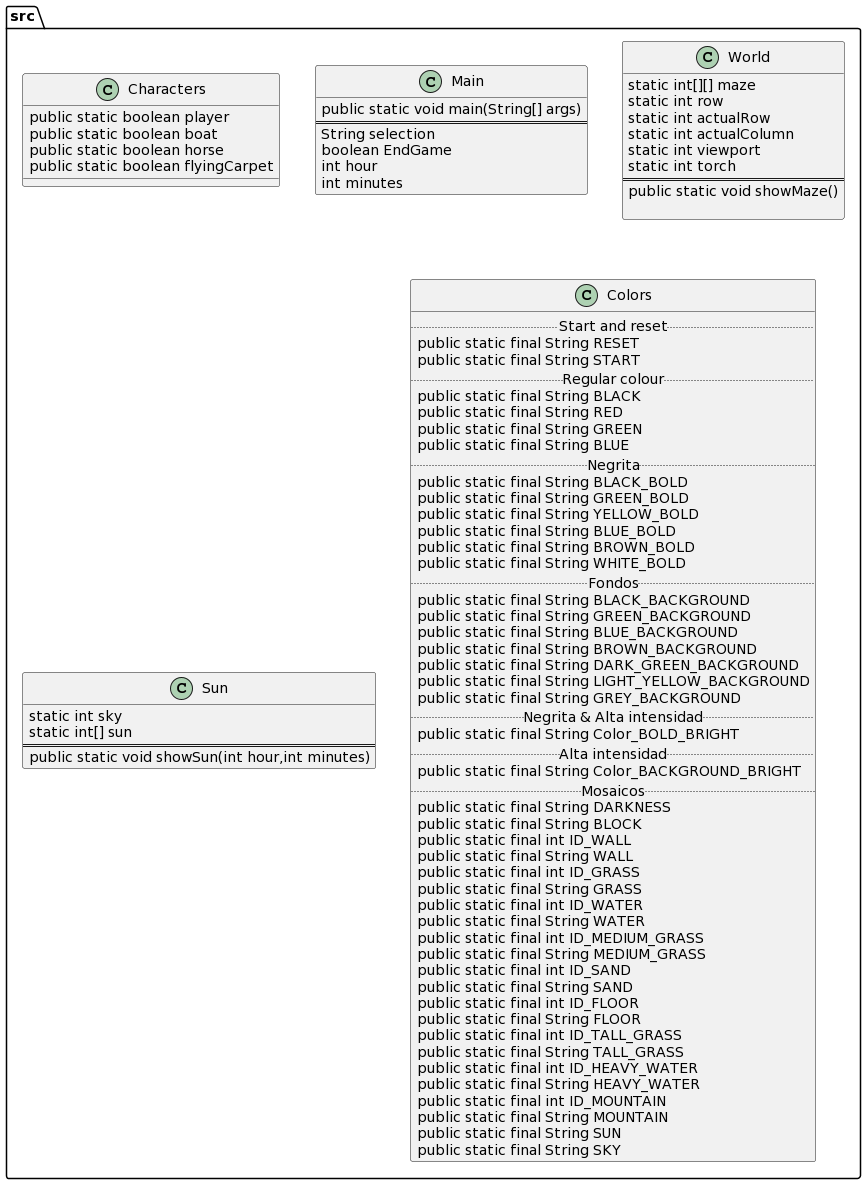
Earlier version of the PlantUML export proyectos/Grupo2_pyLaberinto/Diagramas/Imagenes/DiagramaClases.png (mmasias/idsw2).
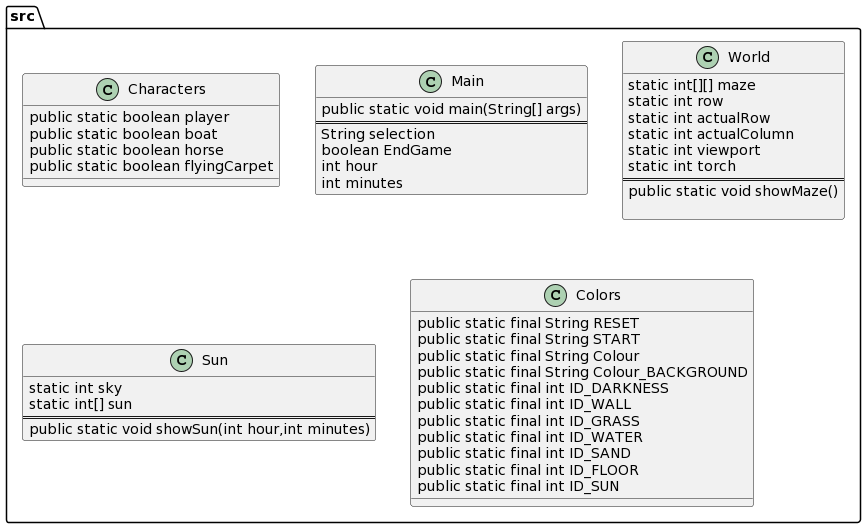
Above is the later version.

Commit message:
Reduccion Diagrama Clases

Change to the diagram source:
```diff
@@ -28,7 +28,6 @@
 
 }
 
-
 class Sun{
   static int sky
   static int[] sun
@@ -37,56 +36,17 @@
 }
 
 class Colors{
-    ..Start and reset..
     public static final String RESET
     public static final String START
-    ..Regular colour..
-    public static final String BLACK
-    public static final String RED
-    public static final String GREEN
-    public static final String BLUE
-    ..Negrita..
-    public static final String BLACK_BOLD
-    public static final String GREEN_BOLD
-    public static final String YELLOW_BOLD
-    public static final String BLUE_BOLD
-    public static final String BROWN_BOLD
-    public static final String WHITE_BOLD
-    ..Fondos..
-    public static final String BLACK_BACKGROUND
-    public static final String GREEN_BACKGROUND
-    public static final String BLUE_BACKGROUND
-    public static final String BROWN_BACKGROUND
-    public static final String DARK_GREEN_BACKGROUND
-    public static final String LIGHT_YELLOW_BACKGROUND
-    public static final String GREY_BACKGROUND
-    ..Negrita & Alta intensidad..
-    public static final String Color_BOLD_BRIGHT
-    ..Alta intensidad..
-    public static final String Color_BACKGROUND_BRIGHT
-    ..Mosaicos..
-    public static final String DARKNESS
-    public static final String BLOCK
+    public static final String Colour
+    public static final String Colour_BACKGROUND
+    public static final int ID_DARKNESS
     public static final int ID_WALL
-    public static final String WALL
     public static final int ID_GRASS
-    public static final String GRASS
     public static final int ID_WATER
-    public static final String WATER
-    public static final int ID_MEDIUM_GRASS
-    public static final String MEDIUM_GRASS
     public static final int ID_SAND
-    public static final String SAND
     public static final int ID_FLOOR
-    public static final String FLOOR
-    public static final int ID_TALL_GRASS
-    public static final String TALL_GRASS
-    public static final int ID_HEAVY_WATER
-    public static final String HEAVY_WATER
-    public static final int ID_MOUNTAIN
-    public static final String MOUNTAIN
-    public static final String SUN
-    public static final String SKY
+    public static final int ID_SUN
 }
 }
 @enduml
```
